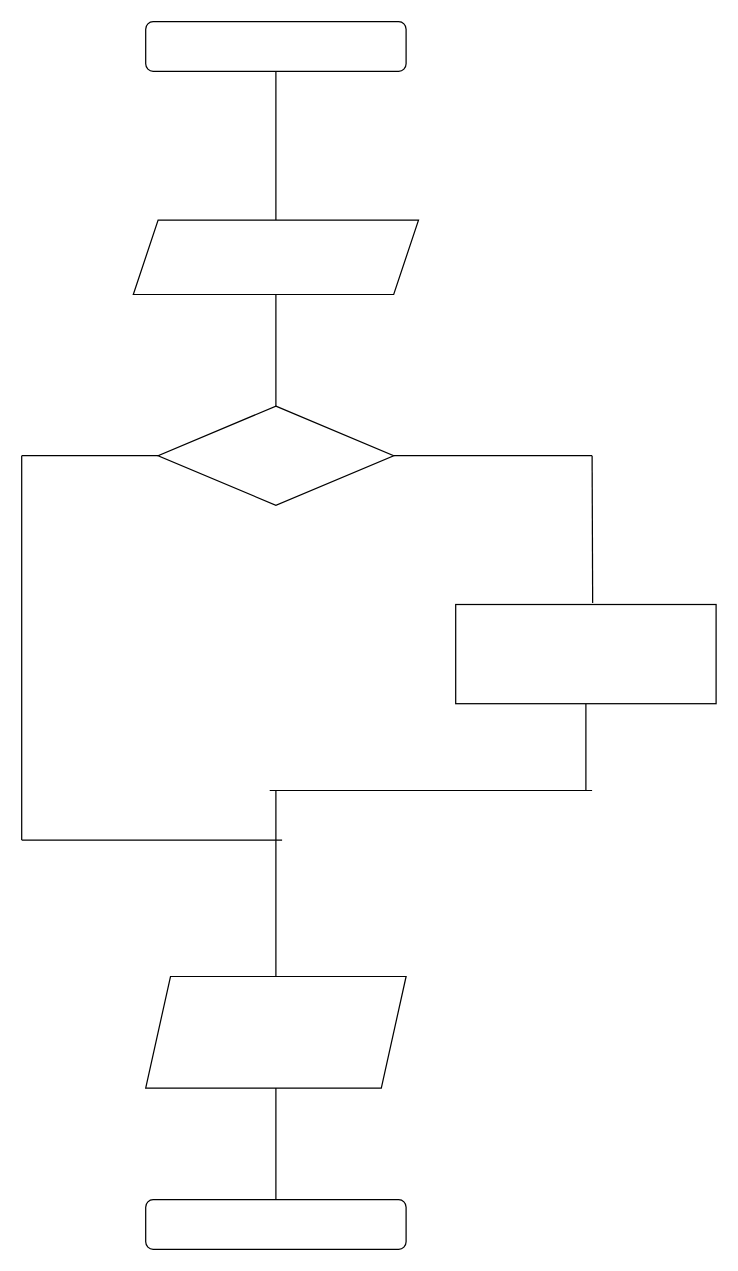
Above: flowchart.drawio in zanaviska/diploma (draw.io), before the change. Source tidied: cells renumbered, new cells numbered last; positions are measured from the earlier drawing's top-left corner, leaving out a move shared by most shapes. Both pictures are drawn from the tidied source at 124%, with x=0, y=0 at pixel (21, 21).
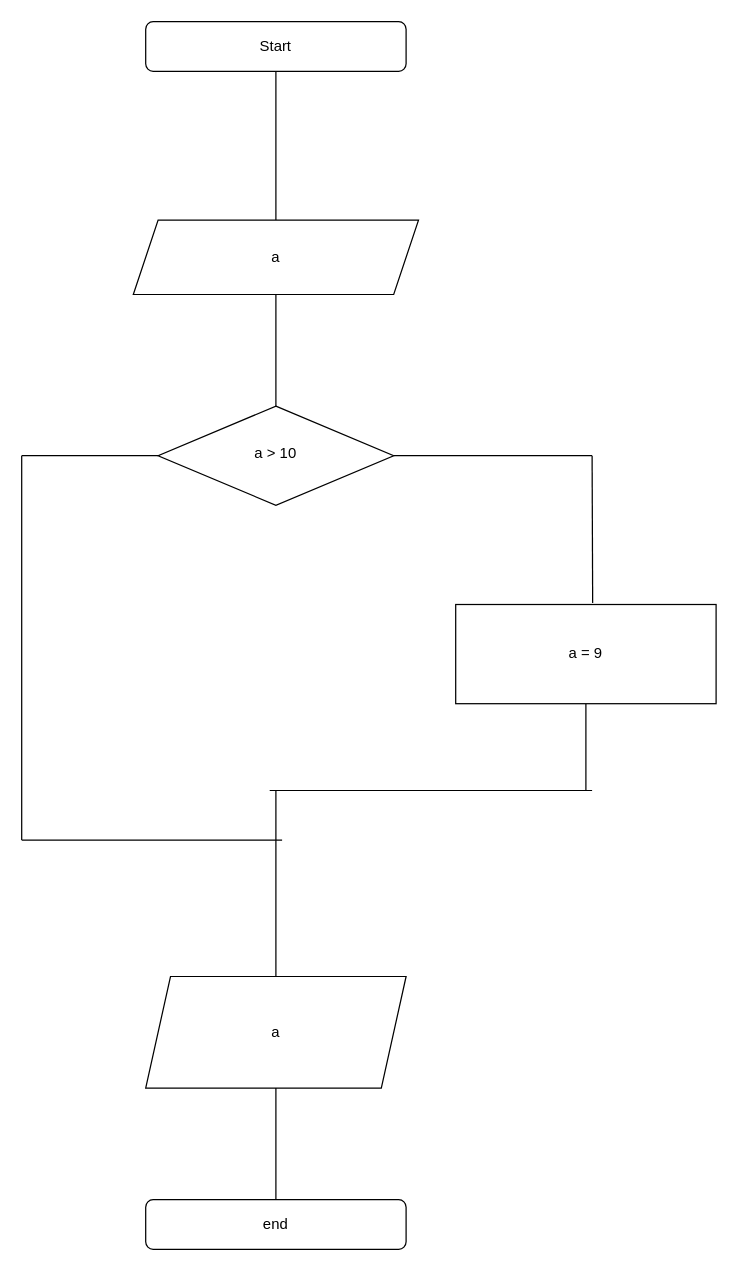
The same page after the edit.

Commit message (it also covers changes not shown here):
added flowchart with text

Change to the diagram source:
```diff
@@
-    <mxCell id="2" style="rounded=1;whiteSpace=wrap;html=1;fontSize=12;glass=0;strokeWidth=1;shadow=0;" parent="1" vertex="1">
+    <mxCell id="2" value="Start" style="rounded=1;whiteSpace=wrap;html=1;fontSize=12;glass=0;strokeWidth=1;shadow=0;" parent="1" vertex="1">
       <mxGeometry x="100" width="210" height="40" as="geometry" />
     </mxCell>
-    <mxCell id="3" style="rhombus;whiteSpace=wrap;html=1;shadow=0;fontFamily=Helvetica;fontSize=12;align=center;strokeWidth=1;spacing=6;spacingTop=-4;" parent="1" vertex="1">
+    <mxCell id="3" value="a &amp;gt; 10" style="rhombus;whiteSpace=wrap;html=1;shadow=0;fontFamily=Helvetica;fontSize=12;align=center;strokeWidth=1;spacing=6;spacingTop=-4;" parent="1" vertex="1">
       <mxGeometry x="110" y="310" width="190" height="80" as="geometry" />
     </mxCell>
-    <mxCell id="4" style="rounded=1;whiteSpace=wrap;html=1;fontSize=12;glass=0;strokeWidth=1;shadow=0;" parent="1" vertex="1">
+    <mxCell id="4" value="end" style="rounded=1;whiteSpace=wrap;html=1;fontSize=12;glass=0;strokeWidth=1;shadow=0;" parent="1" vertex="1">
       <mxGeometry x="100" y="950" width="210" height="40" as="geometry" />
     </mxCell>
@@
-    <mxCell id="8" style="rounded=0;whiteSpace=wrap;html=1;strokeWidth=1;" parent="1" vertex="1">
+    <mxCell id="8" value="a = 9" style="rounded=0;whiteSpace=wrap;html=1;strokeWidth=1;" parent="1" vertex="1">
       <mxGeometry x="350" y="470" width="210" height="80" as="geometry" />
     </mxCell>
-    <mxCell id="9" style="shape=parallelogram;perimeter=parallelogramPerimeter;whiteSpace=wrap;html=1;fixedSize=1;strokeWidth=1;" parent="1" vertex="1">
+    <mxCell id="9" value="a" style="shape=parallelogram;perimeter=parallelogramPerimeter;whiteSpace=wrap;html=1;fixedSize=1;strokeWidth=1;" parent="1" vertex="1">
       <mxGeometry x="90" y="160" width="230" height="60" as="geometry" />
     </mxCell>
@@
-    <mxCell id="17" style="shape=parallelogram;perimeter=parallelogramPerimeter;whiteSpace=wrap;html=1;fixedSize=1;strokeWidth=1;" parent="1" vertex="1">
+    <mxCell id="17" value="a" style="shape=parallelogram;perimeter=parallelogramPerimeter;whiteSpace=wrap;html=1;fixedSize=1;strokeWidth=1;" parent="1" vertex="1">
       <mxGeometry x="100" y="770" width="210" height="90" as="geometry" />
     </mxCell>
```
